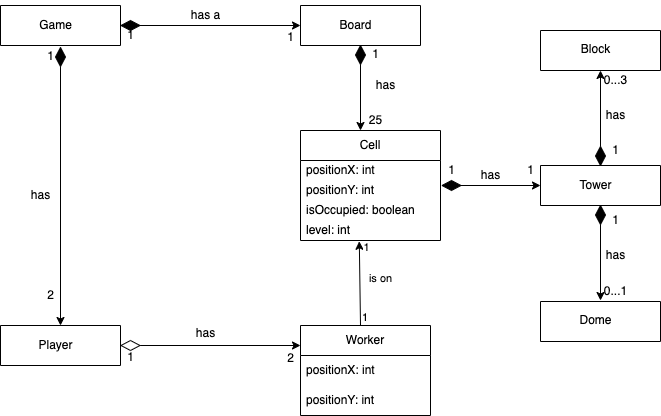
RozayC/test keeps this draw.io diagram as domain-model.png. Above is the earlier version. Source tidied: cells renumbered, new cells last; positions are measured from the earlier drawing's top-left corner, leaving out a move shared by most shapes.
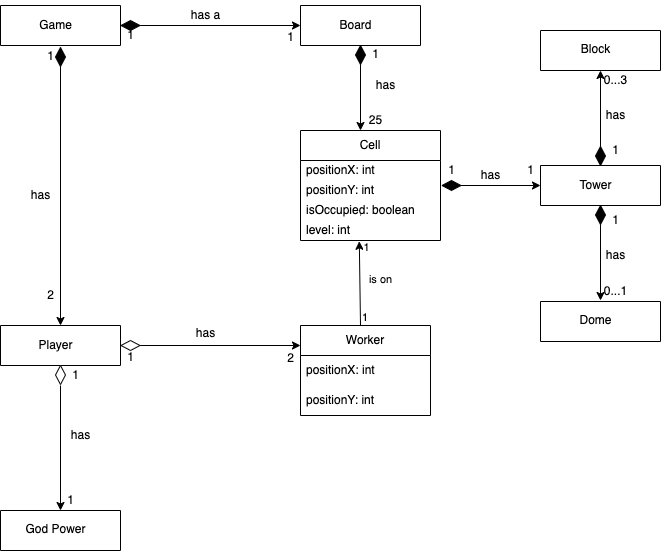
Above is the later version.

Diff of the diagram source:
```diff
@@ -204,5 +204,29 @@
     <mxCell id="62" value="1" style="text;html=1;align=center;verticalAlign=middle;fillColor=none;strokeColor=none;rounded=0;" parent="1" vertex="1">
       <mxGeometry x="605" y="140" width="20" height="20" as="geometry" />
     </mxCell>
+    <mxCell id="63" style="edgeStyle=orthogonalEdgeStyle;rounded=0;orthogonalLoop=1;jettySize=auto;html=1;" parent="1" edge="1">
+      <mxGeometry relative="1" as="geometry">
+        <mxPoint x="60" y="385" as="sourcePoint" />
+        <mxPoint x="60" y="510" as="targetPoint" />
+      </mxGeometry>
+    </mxCell>
+    <mxCell id="64" style="swimlane;startSize=0;" parent="1" vertex="1">
+      <mxGeometry y="510" width="120" height="40" as="geometry" />
+    </mxCell>
+    <mxCell id="65" value="God Power" style="text;html=1;align=center;verticalAlign=middle;strokeColor=none;fillColor=none;" parent="64" vertex="1">
+      <mxGeometry x="15" y="4" width="80" height="30" as="geometry" />
+    </mxCell>
+    <mxCell id="66" value="has" style="text;html=1;align=center;verticalAlign=middle;fillColor=none;strokeColor=none;rounded=0;" parent="1" vertex="1">
+      <mxGeometry x="60" y="420" width="40" height="30" as="geometry" />
+    </mxCell>
+    <mxCell id="67" style="rhombus;whiteSpace=wrap;html=1;fillColor=#ffffff;rotation=-180;" parent="1" vertex="1">
+      <mxGeometry x="55" y="365" width="10" height="19" as="geometry" />
+    </mxCell>
+    <mxCell id="68" value="1" style="text;html=1;align=center;verticalAlign=middle;fillColor=none;strokeColor=none;rounded=0;" parent="1" vertex="1">
+      <mxGeometry x="65" y="364.5" width="20" height="20" as="geometry" />
+    </mxCell>
+    <mxCell id="69" value="1" style="text;html=1;align=center;verticalAlign=middle;fillColor=none;strokeColor=none;rounded=0;" parent="1" vertex="1">
+      <mxGeometry x="60" y="490" width="20" height="20" as="geometry" />
+    </mxCell>
   </root>
 </mxGraphModel>
```
